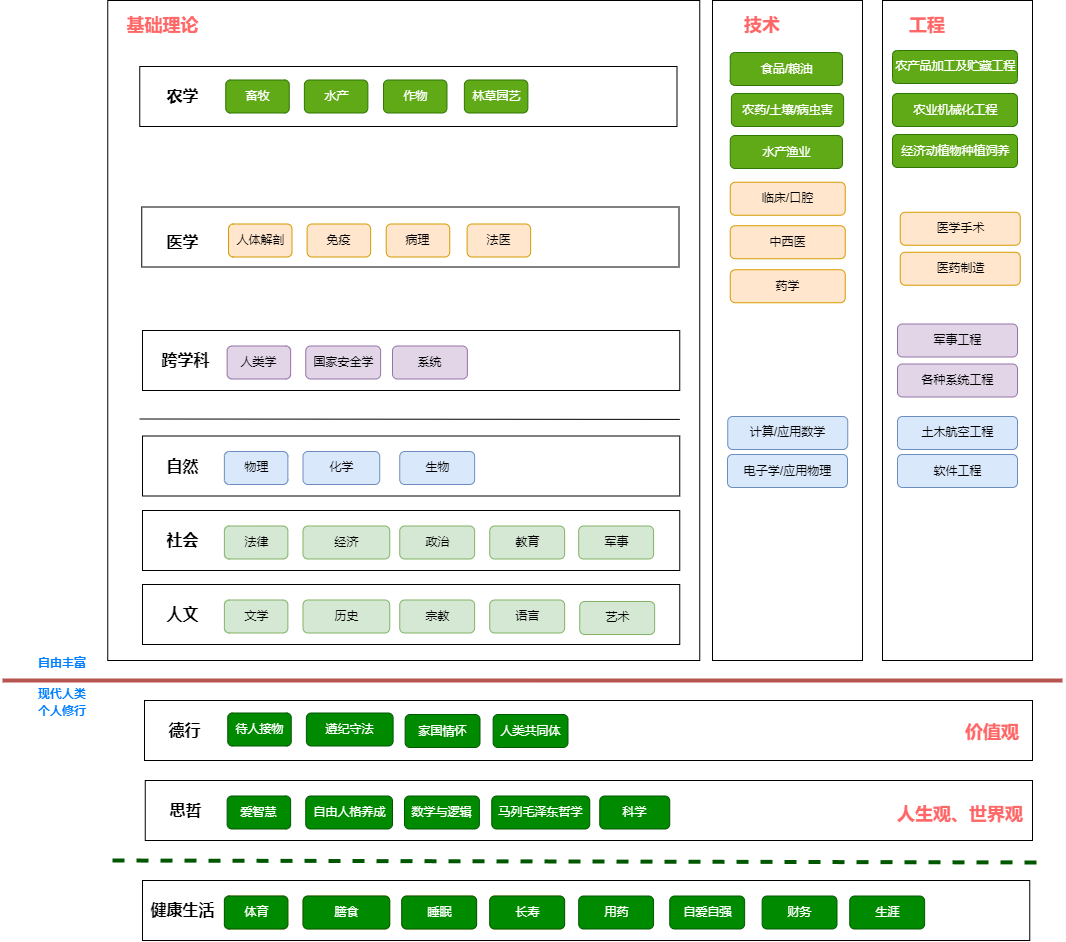
codefossil/livingbook keeps this draw.io diagram as image/big-science.drawio.png. Above is the earlier version. Source tidied: cells renumbered, new cells last; positions are measured from the earlier drawing's top-left corner, leaving out a move shared by most shapes.
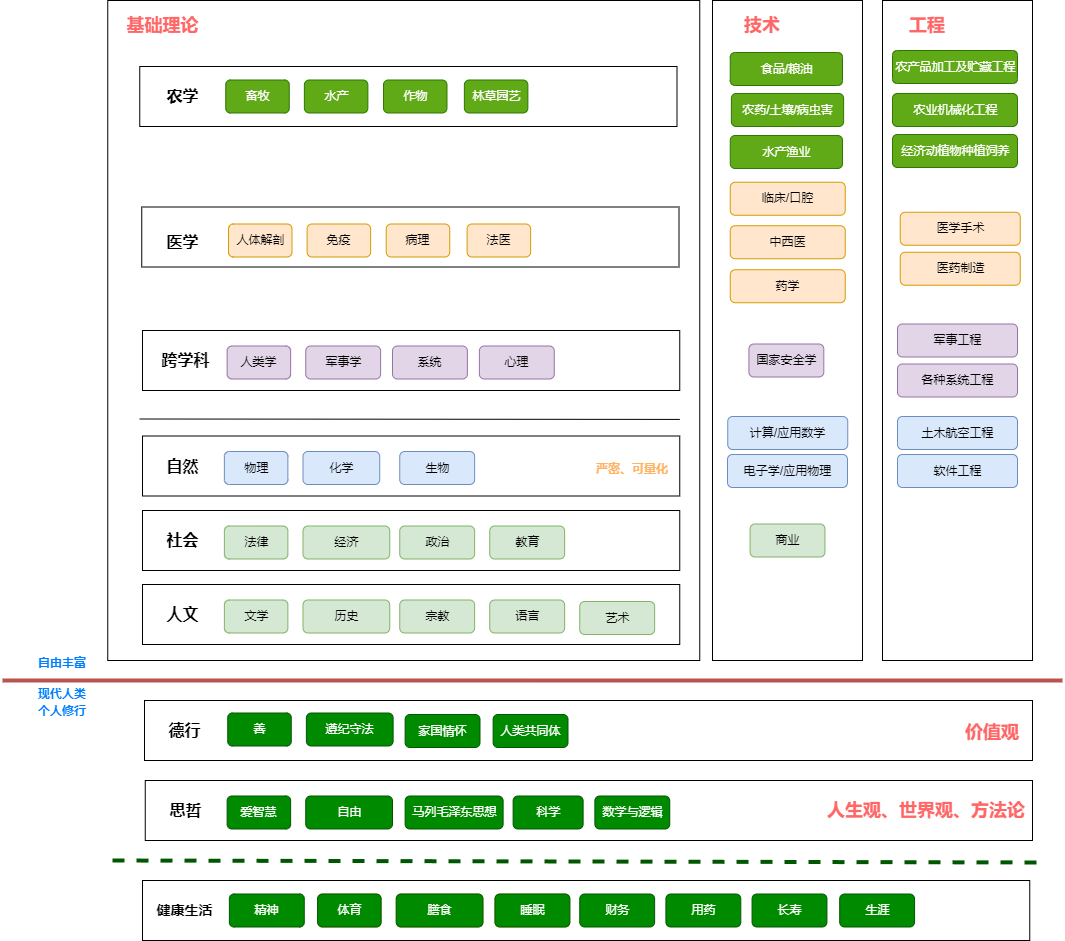
Later version of the same file.

Change to the diagram source:
```diff
@@ -20,26 +20,26 @@
     <mxCell id="7" value="爱智慧" style="rounded=1;fillColor=#008a00;strokeColor=#005700;html=1;align=center;verticalAlign=middle;fontStyle=0;fontSize=12;sketch=0;shadow=0;fontColor=#ffffff;" parent="1" vertex="1">
       <mxGeometry x="224.6" y="795.5" width="63.5" height="33" as="geometry" />
     </mxCell>
-    <mxCell id="8" value="自由人格养成" style="rounded=1;fillColor=#008a00;strokeColor=#005700;html=1;align=center;verticalAlign=middle;fontStyle=0;fontSize=12;sketch=0;shadow=0;fontColor=#ffffff;" parent="1" vertex="1">
+    <mxCell id="8" value="自由" style="rounded=1;fillColor=#008a00;strokeColor=#005700;html=1;align=center;verticalAlign=middle;fontStyle=0;fontSize=12;sketch=0;shadow=0;fontColor=#ffffff;" parent="1" vertex="1">
       <mxGeometry x="303.2" y="795.5" width="86.8" height="33" as="geometry" />
     </mxCell>
     <mxCell id="9" value="数学与逻辑" style="rounded=1;fillColor=#008a00;strokeColor=#005700;html=1;align=center;verticalAlign=middle;fontStyle=0;fontSize=12;sketch=0;shadow=0;fontColor=#ffffff;" parent="1" vertex="1">
-      <mxGeometry x="402" y="795.5" width="74.9" height="33" as="geometry" />
+      <mxGeometry x="592.4" y="795.5" width="74.9" height="33" as="geometry" />
     </mxCell>
     <mxCell id="10" style="rounded=0;html=1;align=center;verticalAlign=middle;fontStyle=0;fontSize=12;sketch=0;shadow=0;" parent="1" vertex="1">
       <mxGeometry x="140" y="880" width="887.2" height="60" as="geometry" />
     </mxCell>
-    <mxCell id="11" value="&lt;span style=&quot;font-size: 16px;&quot;&gt;健康生活&lt;/span&gt;" style="fillColor=none;strokeColor=none;html=1;fontColor=#000000;align=center;verticalAlign=middle;fontStyle=1;fontSize=12;shadow=0;" parent="1" vertex="1">
-      <mxGeometry x="137.2" y="893.5" width="86" height="33" as="geometry" />
+    <mxCell id="11" value="&lt;font style=&quot;font-size: 14px;&quot;&gt;健康生活&lt;/font&gt;" style="fillColor=none;strokeColor=none;html=1;fontColor=#000000;align=center;verticalAlign=middle;fontStyle=1;fontSize=12;shadow=0;" parent="1" vertex="1">
+      <mxGeometry x="139.2" y="893.5" width="86" height="33" as="geometry" />
     </mxCell>
     <mxCell id="12" value="体育" style="rounded=1;fillColor=#fff2cc;strokeColor=#d6b656;html=1;align=center;verticalAlign=middle;fontStyle=0;fontSize=12;sketch=0;shadow=0;" parent="1" vertex="1">
-      <mxGeometry x="221.9" y="895.5" width="63.5" height="33" as="geometry" />
+      <mxGeometry x="315.1" y="893.5" width="63.5" height="33" as="geometry" />
     </mxCell>
     <mxCell id="13" value="膳食" style="rounded=1;fillColor=#fff2cc;strokeColor=#d6b656;html=1;align=center;verticalAlign=middle;fontStyle=0;fontSize=12;sketch=0;shadow=0;" parent="1" vertex="1">
-      <mxGeometry x="300.5" y="895.5" width="86.8" height="33" as="geometry" />
+      <mxGeometry x="393.7" y="893.5" width="86.8" height="33" as="geometry" />
     </mxCell>
     <mxCell id="14" value="睡眠" style="rounded=1;fillColor=#fff2cc;strokeColor=#d6b656;html=1;align=center;verticalAlign=middle;fontStyle=0;fontSize=12;sketch=0;shadow=0;" parent="1" vertex="1">
-      <mxGeometry x="399.2" y="895.5" width="74.9" height="33" as="geometry" />
+      <mxGeometry x="492.5" y="893.5" width="74.9" height="33" as="geometry" />
     </mxCell>
     <mxCell id="15" style="rounded=0;html=1;align=center;verticalAlign=middle;fontStyle=0;fontSize=12;sketch=0;shadow=0;" parent="1" vertex="1">
       <mxGeometry x="142" y="700" width="888" height="60" as="geometry" />
@@ -47,7 +47,7 @@
     <mxCell id="16" value="&lt;span style=&quot;font-size: 16px;&quot;&gt;德行&lt;br&gt;&lt;/span&gt;" style="fillColor=none;strokeColor=none;html=1;fontColor=#000000;align=center;verticalAlign=middle;fontStyle=1;fontSize=12;shadow=0;" parent="1" vertex="1">
       <mxGeometry x="139.2" y="713.5" width="86" height="33" as="geometry" />
     </mxCell>
-    <mxCell id="17" value="待人接物" style="rounded=1;fillColor=#008a00;strokeColor=#005700;html=1;align=center;verticalAlign=middle;fontStyle=0;fontSize=12;sketch=0;shadow=0;fontColor=#ffffff;" parent="1" vertex="1">
+    <mxCell id="17" value="善" style="rounded=1;fillColor=#008a00;strokeColor=#005700;html=1;align=center;verticalAlign=middle;fontStyle=0;fontSize=12;sketch=0;shadow=0;fontColor=#ffffff;" parent="1" vertex="1">
       <mxGeometry x="225.2" y="712.5" width="63.5" height="33" as="geometry" />
     </mxCell>
     <mxCell id="18" value="遵纪守法" style="rounded=1;fillColor=#008a00;strokeColor=#005700;html=1;align=center;verticalAlign=middle;fontStyle=0;fontSize=12;sketch=0;shadow=0;fontColor=#ffffff;" parent="1" vertex="1">
@@ -116,8 +116,8 @@
         <mxPoint x="677.2" y="418.9" as="targetPoint" />
       </mxGeometry>
     </mxCell>
-    <mxCell id="37" value="&lt;span style=&quot;font-size: 18px;&quot;&gt;&lt;b&gt;人生观、世界观&lt;/b&gt;&lt;/span&gt;" style="text;html=1;strokeColor=none;fillColor=none;align=center;verticalAlign=middle;whiteSpace=wrap;rounded=0;fontSize=14;fontColor=#FF6666;" parent="1" vertex="1">
-      <mxGeometry x="887.8" y="798.5" width="140" height="30" as="geometry" />
+    <mxCell id="37" value="&lt;span style=&quot;font-size: 18px;&quot;&gt;&lt;b&gt;人生观、世界观、方法论&lt;/b&gt;&lt;/span&gt;" style="text;html=1;strokeColor=none;fillColor=none;align=center;verticalAlign=middle;whiteSpace=wrap;rounded=0;fontSize=14;fontColor=#FF6666;" parent="1" vertex="1">
+      <mxGeometry x="819.5" y="795" width="207.8" height="30" as="geometry" />
     </mxCell>
     <mxCell id="38" value="&lt;span style=&quot;font-size: 18px;&quot;&gt;&lt;b&gt;价值观&lt;/b&gt;&lt;/span&gt;" style="text;html=1;strokeColor=none;fillColor=none;align=center;verticalAlign=middle;whiteSpace=wrap;rounded=0;fontSize=14;fontColor=#FF6666;" parent="1" vertex="1">
       <mxGeometry x="959.8" y="717" width="60" height="30" as="geometry" />
@@ -131,7 +131,7 @@
     <mxCell id="41" value="人类学" style="rounded=1;fillColor=#e1d5e7;strokeColor=#9673a6;html=1;align=center;verticalAlign=middle;fontStyle=0;fontSize=12;sketch=0;shadow=0;" parent="1" vertex="1">
       <mxGeometry x="224.6" y="345.5" width="63.5" height="33" as="geometry" />
     </mxCell>
-    <mxCell id="42" value="国家安全学" style="rounded=1;fillColor=#e1d5e7;strokeColor=#9673a6;html=1;align=center;verticalAlign=middle;fontStyle=0;fontSize=12;sketch=0;shadow=0;" parent="1" vertex="1">
+    <mxCell id="42" value="军事学" style="rounded=1;fillColor=#e1d5e7;strokeColor=#9673a6;html=1;align=center;verticalAlign=middle;fontStyle=0;fontSize=12;sketch=0;shadow=0;" parent="1" vertex="1">
       <mxGeometry x="303.2" y="345.5" width="74.9" height="33" as="geometry" />
     </mxCell>
     <mxCell id="43" value="语言" style="rounded=1;fillColor=#d5e8d4;strokeColor=#82b366;html=1;align=center;verticalAlign=middle;fontStyle=0;fontSize=12;sketch=0;shadow=0;" parent="1" vertex="1">
@@ -140,23 +140,17 @@
     <mxCell id="44" value="教育" style="rounded=1;fillColor=#d5e8d4;strokeColor=#82b366;html=1;align=center;verticalAlign=middle;fontStyle=0;fontSize=12;sketch=0;shadow=0;" parent="1" vertex="1">
       <mxGeometry x="487.2" y="525.5" width="74.9" height="33" as="geometry" />
     </mxCell>
-    <mxCell id="45" value="军事" style="rounded=1;fillColor=#d5e8d4;strokeColor=#82b366;html=1;align=center;verticalAlign=middle;fontStyle=0;fontSize=12;sketch=0;shadow=0;" parent="1" vertex="1">
-      <mxGeometry x="576.2" y="525.5" width="74.9" height="33" as="geometry" />
-    </mxCell>
     <mxCell id="46" value="艺术" style="rounded=1;fillColor=#d5e8d4;strokeColor=#82b366;html=1;align=center;verticalAlign=middle;fontStyle=0;fontSize=12;sketch=0;shadow=0;" parent="1" vertex="1">
       <mxGeometry x="577.2" y="601" width="74.9" height="33" as="geometry" />
     </mxCell>
-    <mxCell id="47" value="长寿" style="rounded=1;fillColor=#fff2cc;strokeColor=#d6b656;html=1;align=center;verticalAlign=middle;fontStyle=0;fontSize=12;sketch=0;shadow=0;" parent="1" vertex="1">
-      <mxGeometry x="487.2" y="895.5" width="74.9" height="33" as="geometry" />
-    </mxCell>
     <mxCell id="48" value="用药" style="rounded=1;fillColor=#008a00;strokeColor=#005700;html=1;align=center;verticalAlign=middle;fontStyle=0;fontSize=12;sketch=0;shadow=0;fontColor=#ffffff;" parent="1" vertex="1">
-      <mxGeometry x="576.2" y="895.5" width="74.9" height="33" as="geometry" />
+      <mxGeometry x="663.4" y="893.5" width="74.9" height="33" as="geometry" />
     </mxCell>
-    <mxCell id="49" value="马列毛泽东哲学" style="rounded=1;fillColor=#008a00;strokeColor=#005700;html=1;align=center;verticalAlign=middle;fontStyle=0;fontSize=12;sketch=0;shadow=0;fontColor=#ffffff;" parent="1" vertex="1">
-      <mxGeometry x="489.2" y="795.5" width="98" height="33" as="geometry" />
+    <mxCell id="49" value="马列毛泽东思想" style="rounded=1;fillColor=#008a00;strokeColor=#005700;html=1;align=center;verticalAlign=middle;fontStyle=0;fontSize=12;sketch=0;shadow=0;fontColor=#ffffff;" parent="1" vertex="1">
+      <mxGeometry x="402.6" y="795.5" width="98" height="33" as="geometry" />
     </mxCell>
-    <mxCell id="50" value="自爱自强" style="rounded=1;fillColor=#008a00;strokeColor=#005700;html=1;align=center;verticalAlign=middle;fontStyle=0;fontSize=12;sketch=0;shadow=0;fontColor=#ffffff;" parent="1" vertex="1">
-      <mxGeometry x="667.2" y="895.5" width="74.9" height="33" as="geometry" />
+    <mxCell id="50" value="精神" style="rounded=1;fillColor=#008a00;strokeColor=#005700;html=1;align=center;verticalAlign=middle;fontStyle=0;fontSize=12;sketch=0;shadow=0;fontColor=#ffffff;" parent="1" vertex="1">
+      <mxGeometry x="226.9" y="893.5" width="74.9" height="33" as="geometry" />
     </mxCell>
     <mxCell id="51" style="rounded=0;html=1;align=center;verticalAlign=middle;fontStyle=0;fontSize=12;sketch=0;shadow=0;" parent="1" vertex="1">
       <mxGeometry x="710" width="150" height="660" as="geometry" />
@@ -171,7 +165,7 @@
       <mxGeometry x="390" y="345.5" width="74.9" height="33" as="geometry" />
     </mxCell>
     <mxCell id="55" value="科学" style="rounded=1;fillColor=#008a00;strokeColor=#005700;html=1;align=center;verticalAlign=middle;fontStyle=0;fontSize=12;sketch=0;shadow=0;fontColor=#ffffff;" parent="1" vertex="1">
-      <mxGeometry x="597.2" y="795.5" width="70" height="33" as="geometry" />
+      <mxGeometry x="510.6" y="795.5" width="70" height="33" as="geometry" />
     </mxCell>
     <mxCell id="56" value="各种系统工程" style="rounded=1;fillColor=#e1d5e7;strokeColor=#9673a6;html=1;align=center;verticalAlign=middle;fontStyle=0;fontSize=12;sketch=0;shadow=0;" parent="1" vertex="1">
       <mxGeometry x="895" y="363.5" width="120" height="33" as="geometry" />
@@ -234,16 +228,16 @@
       <mxGeometry x="121.9" y="10" width="77" height="30" as="geometry" />
     </mxCell>
     <mxCell id="76" value="体育" style="rounded=1;fillColor=#008a00;strokeColor=#005700;html=1;align=center;verticalAlign=middle;fontStyle=0;fontSize=12;sketch=0;shadow=0;fontColor=#ffffff;" parent="1" vertex="1">
-      <mxGeometry x="221.9" y="895.5" width="63.5" height="33" as="geometry" />
+      <mxGeometry x="315.1" y="893.5" width="63.5" height="33" as="geometry" />
     </mxCell>
     <mxCell id="77" value="膳食" style="rounded=1;fillColor=#008a00;strokeColor=#005700;html=1;align=center;verticalAlign=middle;fontStyle=0;fontSize=12;sketch=0;shadow=0;fontColor=#ffffff;" parent="1" vertex="1">
-      <mxGeometry x="300.5" y="895.5" width="86.8" height="33" as="geometry" />
+      <mxGeometry x="393.7" y="893.5" width="86.8" height="33" as="geometry" />
     </mxCell>
     <mxCell id="78" value="睡眠" style="rounded=1;fillColor=#008a00;strokeColor=#005700;html=1;align=center;verticalAlign=middle;fontStyle=0;fontSize=12;sketch=0;shadow=0;fontColor=#ffffff;" parent="1" vertex="1">
-      <mxGeometry x="399.2" y="895.5" width="74.9" height="33" as="geometry" />
+      <mxGeometry x="492.5" y="893.5" width="74.9" height="33" as="geometry" />
     </mxCell>
     <mxCell id="79" value="长寿" style="rounded=1;fillColor=#008a00;strokeColor=#005700;html=1;align=center;verticalAlign=middle;fontStyle=0;fontSize=12;sketch=0;shadow=0;fontColor=#ffffff;" parent="1" vertex="1">
-      <mxGeometry x="487.2" y="895.5" width="74.9" height="33" as="geometry" />
+      <mxGeometry x="749.6" y="893.5" width="74.9" height="33" as="geometry" />
     </mxCell>
     <mxCell id="80" style="rounded=0;html=1;align=center;verticalAlign=middle;fontStyle=0;fontSize=12;sketch=0;shadow=0;" parent="1" vertex="1">
       <mxGeometry x="137.2" y="66" width="537.2" height="60" as="geometry" />
@@ -282,13 +276,25 @@
       <mxGeometry x="890" y="134" width="125" height="33" as="geometry" />
     </mxCell>
     <mxCell id="92" value="财务" style="rounded=1;fillColor=#008a00;strokeColor=#005700;html=1;align=center;verticalAlign=middle;fontStyle=0;fontSize=12;sketch=0;shadow=0;fontColor=#ffffff;" parent="1" vertex="1">
-      <mxGeometry x="759.6" y="895.5" width="74.9" height="33" as="geometry" />
+      <mxGeometry x="577.2" y="893.5" width="74.9" height="33" as="geometry" />
     </mxCell>
     <mxCell id="93" value="生涯" style="rounded=1;fillColor=#008a00;strokeColor=#005700;html=1;align=center;verticalAlign=middle;fontStyle=0;fontSize=12;sketch=0;shadow=0;fontColor=#ffffff;" parent="1" vertex="1">
-      <mxGeometry x="847.2" y="895.5" width="74.9" height="33" as="geometry" />
+      <mxGeometry x="837.2" y="893.5" width="74.9" height="33" as="geometry" />
     </mxCell>
     <mxCell id="94" value="人类共同体" style="rounded=1;fillColor=#008a00;strokeColor=#005700;html=1;align=center;verticalAlign=middle;fontStyle=0;fontSize=12;sketch=0;shadow=0;fontColor=#ffffff;" parent="1" vertex="1">
       <mxGeometry x="490.6" y="714" width="74.9" height="33" as="geometry" />
     </mxCell>
+    <mxCell id="95" value="心理" style="rounded=1;fillColor=#e1d5e7;strokeColor=#9673a6;html=1;align=center;verticalAlign=middle;fontStyle=0;fontSize=12;sketch=0;shadow=0;" parent="1" vertex="1">
+      <mxGeometry x="476.9" y="345.5" width="74.9" height="33" as="geometry" />
+    </mxCell>
+    <mxCell id="96" value="国家安全学" style="rounded=1;fillColor=#e1d5e7;strokeColor=#9673a6;html=1;align=center;verticalAlign=middle;fontStyle=0;fontSize=12;sketch=0;shadow=0;" parent="1" vertex="1">
+      <mxGeometry x="746.4" y="343.5" width="74.9" height="33" as="geometry" />
+    </mxCell>
+    <mxCell id="45" value="商业" style="rounded=1;fillColor=#d5e8d4;strokeColor=#82b366;html=1;align=center;verticalAlign=middle;fontStyle=0;fontSize=12;sketch=0;shadow=0;" parent="1" vertex="1">
+      <mxGeometry x="747.6" y="523.5" width="74.9" height="33" as="geometry" />
+    </mxCell>
+    <mxCell id="97" value="&lt;b style=&quot;&quot;&gt;&lt;font color=&quot;#ffb366&quot; style=&quot;font-size: 12px;&quot;&gt;严密、可量化&lt;/font&gt;&lt;/b&gt;" style="text;html=1;strokeColor=none;fillColor=none;align=right;verticalAlign=middle;whiteSpace=wrap;rounded=0;fontSize=14;fontColor=#FF6666;" parent="1" vertex="1">
+      <mxGeometry x="544.5" y="452.5" width="122.8" height="30" as="geometry" />
+    </mxCell>
   </root>
 </mxGraphModel>
```
